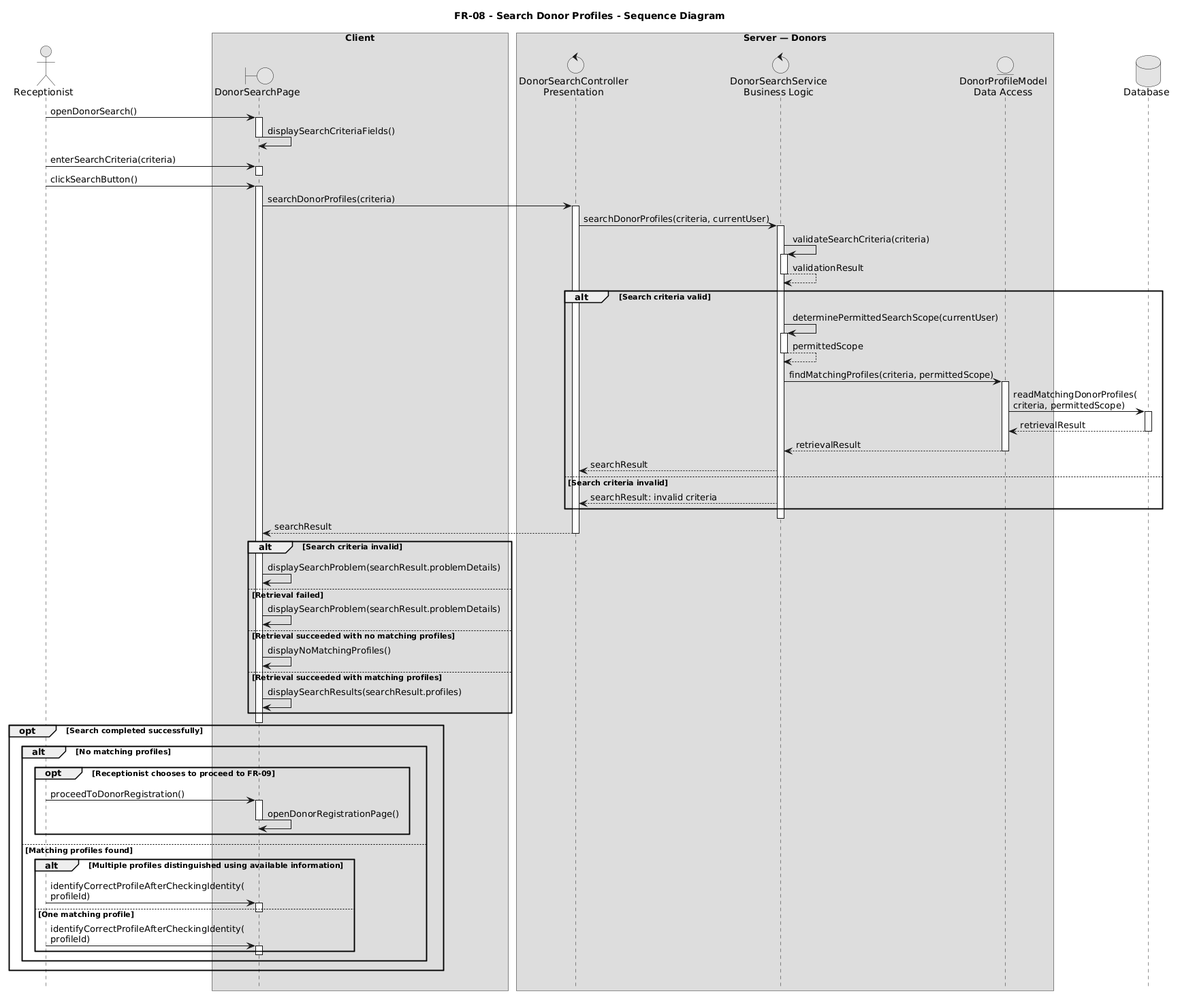
TitanDevX/BloodBankPlatformUni keeps this PlantUML diagram as docs/uml/Sequence/fr8.png. Above is the earlier version. Its diagram source:
```plantuml
@startuml
title FR-08 - Search Donor Profiles - Sequence Diagram

skinparam monochrome true
skinparam shadowing false
hide footbox

actor "Receptionist" as Receptionist

box "Client"
  boundary "DonorSearchPage" as Page
end box

box "Server — Donors"
  control "DonorSearchController\nPresentation" as Controller
  control "DonorSearchService\nBusiness Logic" as Service
  entity "DonorProfileModel\nData Access" as Model
end box

database "Database" as DB

Receptionist -> Page : openDonorSearch()
activate Page
Page -> Page : displaySearchCriteriaFields()
deactivate Page

Receptionist -> Page : enterSearchCriteria(criteria)
activate Page
deactivate Page

Receptionist -> Page : clickSearchButton()
activate Page

Page -> Controller : searchDonorProfiles(criteria)
activate Controller

Controller -> Service : searchDonorProfiles(criteria, currentUser)
activate Service

Service -> Service : validateSearchCriteria(criteria)
activate Service
Service --> Service : validationResult
deactivate Service

alt Search criteria valid
  Service -> Service : determinePermittedSearchScope(currentUser)
  activate Service
  Service --> Service : permittedScope
  deactivate Service

  Service -> Model : findMatchingProfiles(criteria, permittedScope)
  activate Model

  Model -> DB : readMatchingDonorProfiles(\ncriteria, permittedScope)
  activate DB
  DB --> Model : retrievalResult
  deactivate DB

  Model --> Service : retrievalResult
  deactivate Model

  Service --> Controller : searchResult

else Search criteria invalid
  Service --> Controller : searchResult: invalid criteria
end

deactivate Service

Controller --> Page : searchResult
deactivate Controller

alt Search criteria invalid
  Page -> Page : displaySearchProblem(searchResult.problemDetails)

else Retrieval failed
  Page -> Page : displaySearchProblem(searchResult.problemDetails)

else Retrieval succeeded with no matching profiles
  Page -> Page : displayNoMatchingProfiles()

else Retrieval succeeded with matching profiles
  Page -> Page : displaySearchResults(searchResult.profiles)
end

deactivate Page

opt Search completed successfully
  alt No matching profiles
    opt Receptionist chooses to proceed to FR-09
      Receptionist -> Page : proceedToDonorRegistration()
      activate Page
      Page -> Page : openDonorRegistrationPage()
      deactivate Page
    end

  else Matching profiles found
    alt Multiple profiles distinguished using available information
      Receptionist -> Page : identifyCorrectProfileAfterCheckingIdentity(\nprofileId)
      activate Page
      deactivate Page

    else One matching profile
      Receptionist -> Page : identifyCorrectProfileAfterCheckingIdentity(\nprofileId)
      activate Page
      deactivate Page
    end
  end
end
@enduml
```
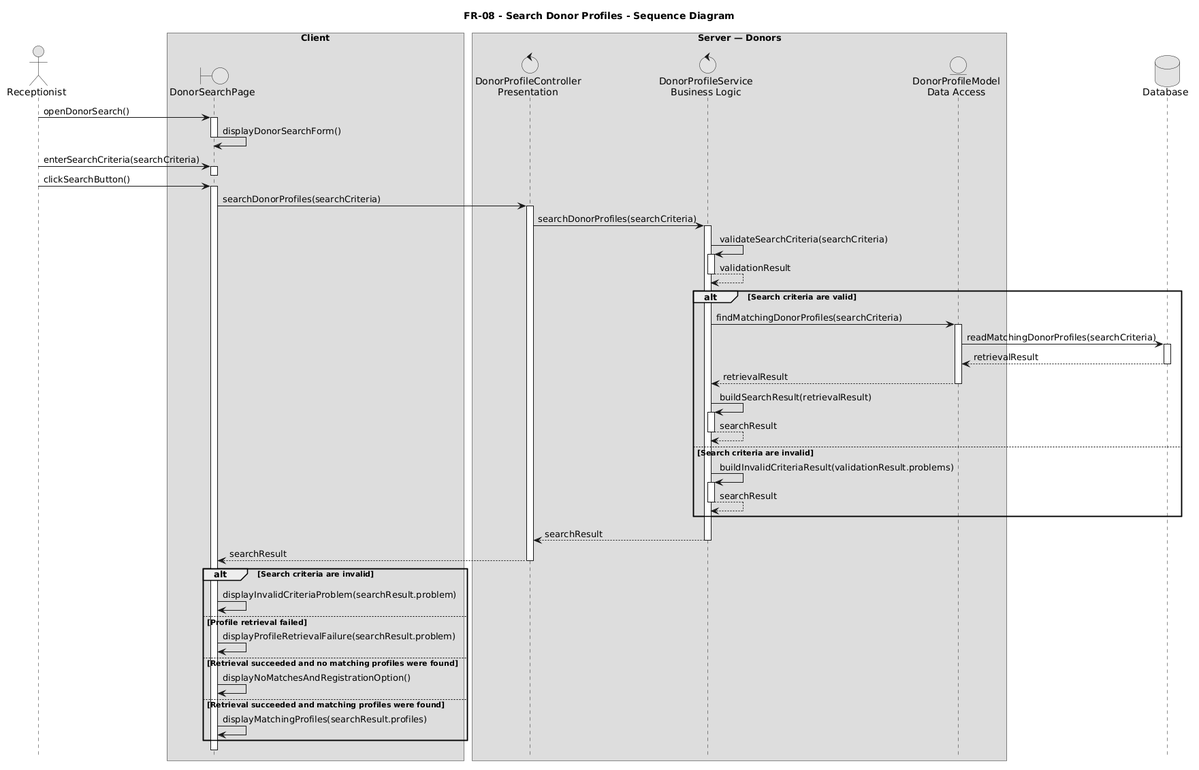
The same diagram one commit later.

The edit, as a diff of the source:
```diff
@@ -12,46 +12,42 @@
 end box
 
 box "Server — Donors"
-  control "DonorSearchController\nPresentation" as Controller
-  control "DonorSearchService\nBusiness Logic" as Service
+  control "DonorProfileController\nPresentation" as Controller
+  control "DonorProfileService\nBusiness Logic" as Service
   entity "DonorProfileModel\nData Access" as Model
 end box
 
-database "Database" as DB
+database Database as DB
 
 Receptionist -> Page : openDonorSearch()
 activate Page
-Page -> Page : displaySearchCriteriaFields()
+Page -> Page : displayDonorSearchForm()
 deactivate Page
 
-Receptionist -> Page : enterSearchCriteria(criteria)
+Receptionist -> Page : enterSearchCriteria(searchCriteria)
 activate Page
 deactivate Page
 
 Receptionist -> Page : clickSearchButton()
 activate Page
 
-Page -> Controller : searchDonorProfiles(criteria)
+Page -> Controller : searchDonorProfiles(searchCriteria)
 activate Controller
 
-Controller -> Service : searchDonorProfiles(criteria, currentUser)
+Controller -> Service : searchDonorProfiles(searchCriteria)
 activate Service
 
-Service -> Service : validateSearchCriteria(criteria)
+Service -> Service : validateSearchCriteria(searchCriteria)
 activate Service
 Service --> Service : validationResult
 deactivate Service
 
-alt Search criteria valid
-  Service -> Service : determinePermittedSearchScope(currentUser)
-  activate Service
-  Service --> Service : permittedScope
-  deactivate Service
+alt Search criteria are valid
 
-  Service -> Model : findMatchingProfiles(criteria, permittedScope)
+  Service -> Model : findMatchingDonorProfiles(searchCriteria)
   activate Model
 
-  Model -> DB : readMatchingDonorProfiles(\ncriteria, permittedScope)
+  Model -> DB : readMatchingDonorProfiles(searchCriteria)
   activate DB
   DB --> Model : retrievalResult
   deactivate DB
@@ -59,52 +55,43 @@
   Model --> Service : retrievalResult
   deactivate Model
 
-  Service --> Controller : searchResult
+  Service -> Service : buildSearchResult(retrievalResult)
+  activate Service
+  Service --> Service : searchResult
+  deactivate Service
 
-else Search criteria invalid
-  Service --> Controller : searchResult: invalid criteria
+else Search criteria are invalid
+
+  Service -> Service : buildInvalidCriteriaResult(validationResult.problems)
+  activate Service
+  Service --> Service : searchResult
+  deactivate Service
+
 end
 
+Service --> Controller : searchResult
 deactivate Service
 
 Controller --> Page : searchResult
 deactivate Controller
 
-alt Search criteria invalid
-  Page -> Page : displaySearchProblem(searchResult.problemDetails)
+alt Search criteria are invalid
 
-else Retrieval failed
-  Page -> Page : displaySearchProblem(searchResult.problemDetails)
+  Page -> Page : displayInvalidCriteriaProblem(searchResult.problem)
 
-else Retrieval succeeded with no matching profiles
-  Page -> Page : displayNoMatchingProfiles()
+else Profile retrieval failed
 
-else Retrieval succeeded with matching profiles
-  Page -> Page : displaySearchResults(searchResult.profiles)
+  Page -> Page : displayProfileRetrievalFailure(searchResult.problem)
+
+else Retrieval succeeded and no matching profiles were found
+
+  Page -> Page : displayNoMatchesAndRegistrationOption()
+
+else Retrieval succeeded and matching profiles were found
+
+  Page -> Page : displayMatchingProfiles(searchResult.profiles)
+
 end
 
 deactivate Page
-
-opt Search completed successfully
-  alt No matching profiles
-    opt Receptionist chooses to proceed to FR-09
-      Receptionist -> Page : proceedToDonorRegistration()
-      activate Page
-      Page -> Page : openDonorRegistrationPage()
-      deactivate Page
-    end
-
-  else Matching profiles found
-    alt Multiple profiles distinguished using available information
-      Receptionist -> Page : identifyCorrectProfileAfterCheckingIdentity(\nprofileId)
-      activate Page
-      deactivate Page
-
-    else One matching profile
-      Receptionist -> Page : identifyCorrectProfileAfterCheckingIdentity(\nprofileId)
-      activate Page
-      deactivate Page
-    end
-  end
-end
 @enduml
```
